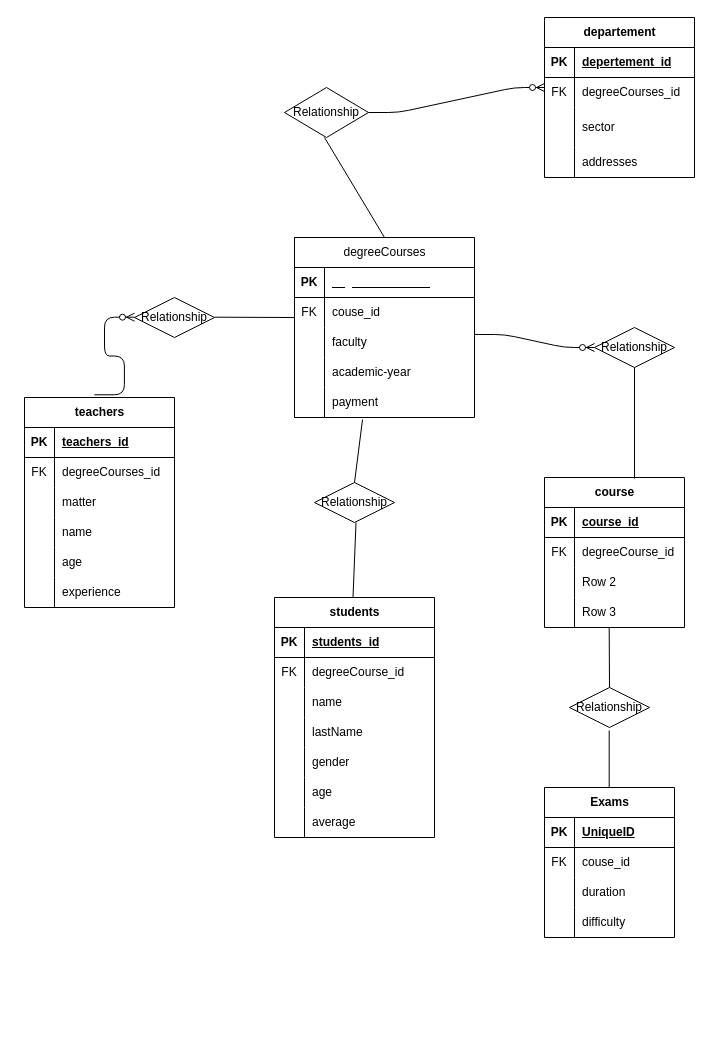
Above: schema.drawio in CristianBuonocore02/db-university (draw.io), before the change. Source tidied: cells renumbered, new cells numbered last; positions are measured from the earlier drawing's top-left corner, leaving out a move shared by most shapes. Both pictures are drawn from the tidied source at 100%, with x=0, y=0 at pixel (24, 17).
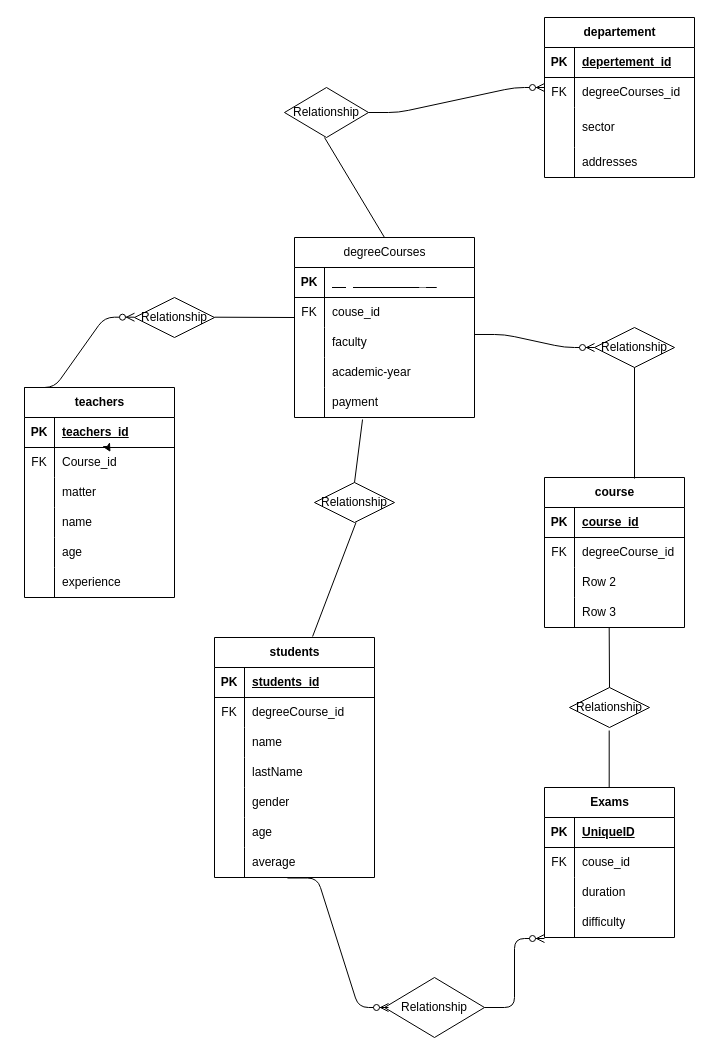
The same diagram, later.

Commit message (it also covers changes not shown here):
Update database schema diagram and adjust element properties

The change refers to these unchanged cells:
```xml
<mxCell id="42" style="shape=tableRow;horizontal=0;startSize=0;swimlaneHead=0;swimlaneBody=0;fillColor=none;top=0;left=0;right=0;bottom=1;" parent="41" vertex="1">
  <mxGeometry y="30" width="180" height="30" as="geometry" />
</mxCell>
<mxCell id="58" style="shape=tableRow;horizontal=0;startSize=0;swimlaneHead=0;swimlaneBody=0;fillColor=none;points=[[0,0.5],[1,0.5]];portConstraint=eastwest;top=0;left=0;right=0;bottom=1;" parent="57" vertex="1">
  <mxGeometry y="30" width="150" height="30" as="geometry" />
</mxCell>
<mxCell id="61" style="shape=tableRow;horizontal=0;startSize=0;swimlaneHead=0;swimlaneBody=0;fillColor=none;points=[[0,0.5],[1,0.5]];portConstraint=eastwest;top=0;left=0;right=0;bottom=0;" parent="57" vertex="1">
  <mxGeometry y="60" width="150" height="30" as="geometry" />
</mxCell>
<mxCell id="95" style="shape=tableRow;horizontal=0;startSize=0;swimlaneHead=0;swimlaneBody=0;fillColor=none;points=[[0,0.5],[1,0.5]];portConstraint=eastwest;top=0;left=0;right=0;bottom=0;" parent="76" vertex="1">
  <mxGeometry y="210" width="160" height="30" as="geometry" />
</mxCell>
```

Diff of the diagram source:
```diff
@@
-    <mxCell id="44" value="&lt;span style=&quot;font-weight: 400;&quot;&gt;&lt;font style=&quot;color: light-dark(rgb(255, 255, 255), rgb(255, 255, 255));&quot;&gt;degreeCourses_id&lt;/font&gt;&lt;/span&gt;" style="shape=partialRectangle;fillColor=none;top=0;left=0;bottom=0;right=0;align=left;spacingLeft=6;fontStyle=5;overflow=hidden;whiteSpace=wrap;html=1;" parent="42" vertex="1">
+    <mxCell id="44" value="&lt;font style=&quot;color: light-dark(rgb(255, 255, 255), rgb(0, 0, 0));&quot;&gt;degreeCourses_id&lt;/font&gt;" style="shape=partialRectangle;fillColor=none;top=0;left=0;bottom=0;right=0;align=left;spacingLeft=6;fontStyle=5;overflow=hidden;whiteSpace=wrap;html=1;" parent="42" vertex="1">
       <mxGeometry x="30" width="150" height="30" as="geometry" />
     </mxCell>
@@
     <mxCell id="57" value="teachers" style="shape=table;startSize=30;childLayout=tableLayout;rowLines=0;fontStyle=1;align=center;html=1;" parent="1" vertex="1">
-      <mxGeometry y="380" width="150" height="210" as="geometry" />
+      <mxGeometry y="370" width="150" height="210" as="geometry" />
     </mxCell>
@@
-    <mxCell id="63" value="degreeCourses_id" style="shape=partialRectangle;fillColor=none;top=0;left=0;bottom=0;right=0;align=left;spacingLeft=6;overflow=hidden;whiteSpace=wrap;html=1;" parent="61" vertex="1">
+    <mxCell id="63" value="Course_id" style="shape=partialRectangle;fillColor=none;top=0;left=0;bottom=0;right=0;align=left;spacingLeft=6;overflow=hidden;whiteSpace=wrap;html=1;" parent="61" vertex="1">
       <mxGeometry x="30" width="120" height="30" as="geometry" />
     </mxCell>
@@
+    <mxCell id="113" style="edgeStyle=none;html=1;entryX=0.573;entryY=0.15;entryDx=0;entryDy=0;entryPerimeter=0;" parent="57" edge="1" source="58" target="61">
+      <mxGeometry relative="1" as="geometry" />
+    </mxCell>
     <mxCell id="76" value="students" style="shape=table;startSize=30;childLayout=tableLayout;rowLines=0;fontStyle=1;align=center;html=1;" parent="1" vertex="1">
-      <mxGeometry x="250" y="580" width="160" height="240" as="geometry" />
+      <mxGeometry x="190" y="620" width="160" height="240" as="geometry" />
     </mxCell>
@@
-    <mxCell id="100" style="edgeStyle=entityRelationEdgeStyle;fontSize=12;html=1;endArrow=ERzeroToMany;endFill=1;exitX=0.466;exitY=-0.013;exitDx=0;exitDy=0;exitPerimeter=0;" parent="1" edge="1" source="57">
+    <mxCell id="100" style="edgeStyle=entityRelationEdgeStyle;fontSize=12;html=1;endArrow=ERzeroToMany;endFill=1;exitX=0;exitY=0;exitDx=0;exitDy=0;" parent="1" edge="1" source="57">
       <mxGeometry relative="1" as="geometry">
         <mxPoint x="110" y="299.7" as="targetPoint" />
       </mxGeometry>
     </mxCell>
@@
-    <mxCell id="106" style="endArrow=none;html=1;rounded=0;" parent="1" edge="1">
+    <mxCell id="106" style="endArrow=none;html=1;rounded=0;entryX=0.613;entryY=-0.004;entryDx=0;entryDy=0;entryPerimeter=0;" parent="1" edge="1" target="76">
       <mxGeometry relative="1" as="geometry">
         <mxPoint x="331.5" y="505" as="sourcePoint" />
-        <mxPoint x="328.5" y="580" as="targetPoint" />
       </mxGeometry>
     </mxCell>
@@
+    <mxCell id="114" value="Relationship" style="shape=rhombus;perimeter=rhombusPerimeter;whiteSpace=wrap;html=1;align=center;" parent="1" vertex="1">
+      <mxGeometry x="360" y="960" width="100" height="60" as="geometry" />
+    </mxCell>
+    <mxCell id="115" style="edgeStyle=entityRelationEdgeStyle;fontSize=12;html=1;endArrow=ERzeroToMany;endFill=1;exitX=0.456;exitY=1.017;exitDx=0;exitDy=0;exitPerimeter=0;" parent="1" edge="1" source="95">
+      <mxGeometry relative="1" as="geometry">
+        <mxPoint x="364" y="990" as="targetPoint" />
+      </mxGeometry>
+    </mxCell>
+    <mxCell id="116" style="edgeStyle=entityRelationEdgeStyle;fontSize=12;html=1;endArrow=ERzeroToMany;endFill=1;exitX=1;exitY=0.5;exitDx=0;exitDy=0;" parent="1" edge="1" source="114">
+      <mxGeometry relative="1" as="geometry">
+        <mxPoint x="520" y="921" as="targetPoint" />
+        <Array as="points">
+          <mxPoint x="530" y="950" />
+        </Array>
+      </mxGeometry>
+    </mxCell>
```
